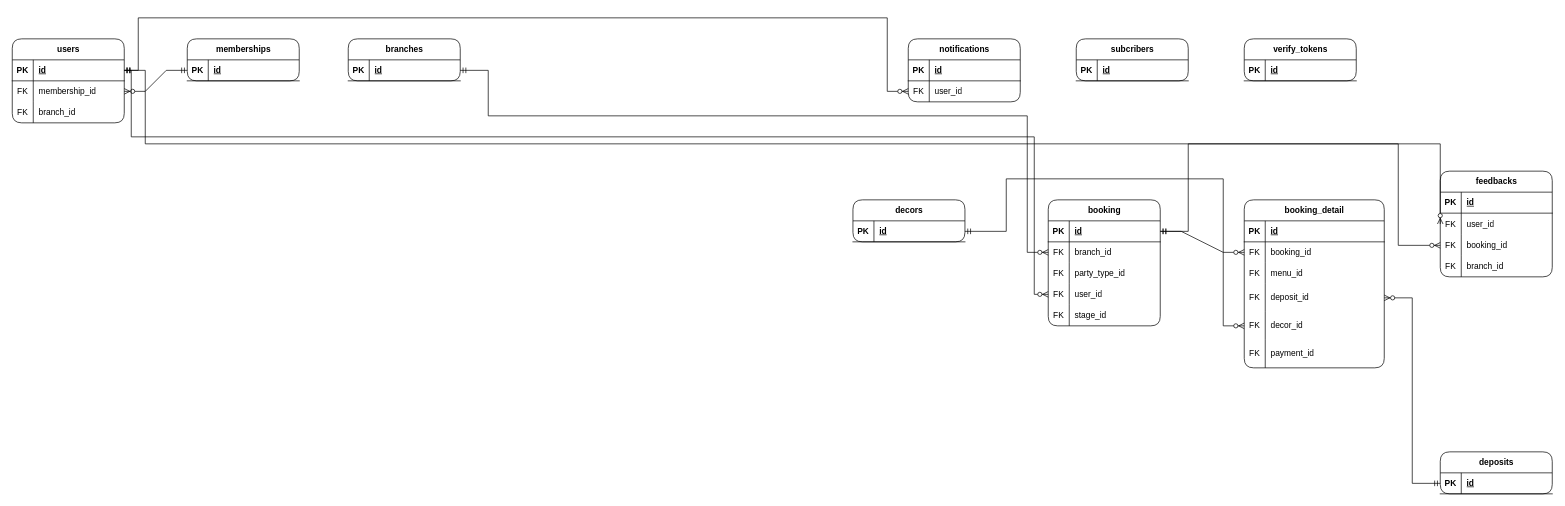
Earlier version of the draw.io diagram page "ERD-L1.1 - USER" (6 of 6) of Joie Palace.drawio (HongSon04/ERD-Joie-Palace). Source tidied: cells renumbered, new cells numbered last; positions are measured from the earlier drawing's top-left corner, leaving out a move shared by most shapes. Both pictures are drawn from the tidied source at 70%, with x=0, y=0 at pixel (12, 18).
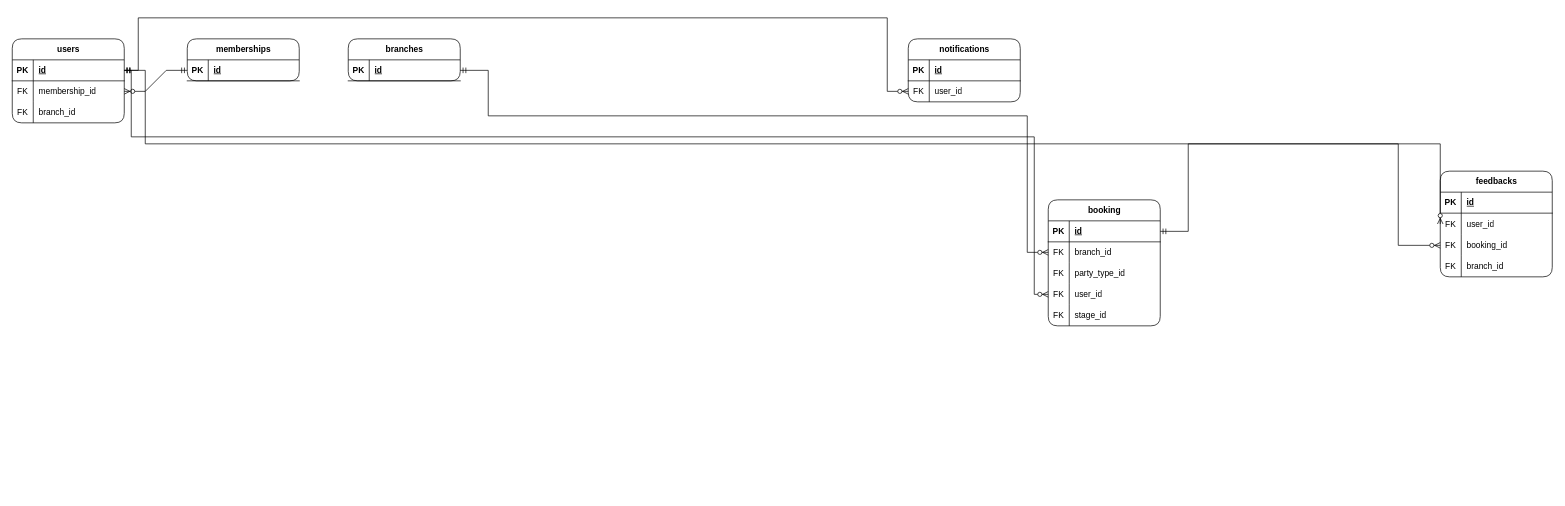
The same page after the edit.

Commit message (it also covers changes not shown here):
Cập nhật Joie Palace.drawio

The change refers to these unchanged cells:
```xml
<mxCell id="72" style="shape=tableRow;horizontal=0;startSize=0;swimlaneHead=0;swimlaneBody=0;fillColor=none;points=[[0,0.5],[1,0.5]];portConstraint=eastwest;top=0;left=0;right=0;bottom=1;" parent="71" vertex="1">
  <mxGeometry y="30" width="160" height="30" as="geometry" />
</mxCell>
```

Diff of the diagram source:
```diff
@@
-    <mxCell id="16" value="decors" style="shape=table;startSize=30;childLayout=tableLayout;rowLines=0;fontStyle=1;align=center;html=1;rounded=1;" parent="1" vertex="1">
-      <mxGeometry x="1201" y="260" width="160" height="60" as="geometry" />
-    </mxCell>
-    <mxCell id="17" style="shape=tableRow;horizontal=0;startSize=0;swimlaneHead=0;swimlaneBody=0;fillColor=none;points=[[0,0.5],[1,0.5]];portConstraint=eastwest;top=0;left=0;right=0;bottom=1;" parent="16" vertex="1">
-      <mxGeometry y="30" width="160" height="30" as="geometry" />
-    </mxCell>
-    <mxCell id="18" value="PK" style="shape=partialRectangle;fillColor=none;top=0;left=0;bottom=0;right=0;fontStyle=1;overflow=hidden;whiteSpace=wrap;html=1;" parent="17" vertex="1">
-      <mxGeometry width="30" height="30" as="geometry" />
-    </mxCell>
-    <mxCell id="19" value="id" style="shape=partialRectangle;fillColor=none;top=0;left=0;bottom=0;right=0;align=left;spacingLeft=6;fontStyle=5;overflow=hidden;whiteSpace=wrap;html=1;" parent="17" vertex="1">
-      <mxGeometry x="30" width="130" height="30" as="geometry" />
-    </mxCell>
-    <mxCell id="20" value="booking_detail" style="shape=table;startSize=30;childLayout=tableLayout;rowLines=0;fontStyle=1;align=center;html=1;rounded=1;" parent="1" vertex="1">
-      <mxGeometry x="1760" y="260" width="200" height="240" as="geometry" />
-    </mxCell>
-    <mxCell id="21" style="shape=tableRow;horizontal=0;startSize=0;swimlaneHead=0;swimlaneBody=0;fillColor=none;top=0;left=0;right=0;bottom=1;" parent="20" vertex="1">
-      <mxGeometry y="30" width="200" height="30" as="geometry" />
-    </mxCell>
-    <mxCell id="22" value="PK" style="shape=partialRectangle;fillColor=none;top=0;left=0;bottom=0;right=0;fontStyle=1;overflow=hidden;whiteSpace=wrap;html=1;" parent="21" vertex="1">
-      <mxGeometry width="30" height="30" as="geometry" />
-    </mxCell>
-    <mxCell id="23" value="id" style="shape=partialRectangle;fillColor=none;top=0;left=0;bottom=0;right=0;align=left;spacingLeft=6;fontStyle=5;overflow=hidden;whiteSpace=wrap;html=1;" parent="21" vertex="1">
-      <mxGeometry x="30" width="170" height="30" as="geometry" />
-    </mxCell>
-    <mxCell id="24" style="shape=tableRow;horizontal=0;startSize=0;swimlaneHead=0;swimlaneBody=0;fillColor=none;points=[[0,0.5],[1,0.5]];portConstraint=eastwest;top=0;left=0;right=0;bottom=0;" parent="20" vertex="1">
-      <mxGeometry y="60" width="200" height="30" as="geometry" />
-    </mxCell>
-    <mxCell id="25" value="FK" style="shape=partialRectangle;fillColor=none;top=0;left=0;bottom=0;right=0;overflow=hidden;whiteSpace=wrap;html=1;" parent="24" vertex="1">
-      <mxGeometry width="30" height="30" as="geometry" />
-    </mxCell>
-    <mxCell id="26" value="booking_id" style="shape=partialRectangle;fillColor=none;top=0;left=0;bottom=0;right=0;align=left;spacingLeft=6;overflow=hidden;whiteSpace=wrap;html=1;" parent="24" vertex="1">
-      <mxGeometry x="30" width="170" height="30" as="geometry" />
-    </mxCell>
-    <mxCell id="27" style="shape=tableRow;horizontal=0;startSize=0;swimlaneHead=0;swimlaneBody=0;fillColor=none;top=0;left=0;right=0;bottom=0;" parent="20" vertex="1">
-      <mxGeometry y="90" width="200" height="30" as="geometry" />
-    </mxCell>
-    <mxCell id="28" value="FK" style="shape=partialRectangle;fillColor=none;top=0;left=0;bottom=0;right=0;overflow=hidden;whiteSpace=wrap;html=1;" parent="27" vertex="1">
-      <mxGeometry width="30" height="30" as="geometry" />
-    </mxCell>
-    <mxCell id="29" value="menu_id" style="shape=partialRectangle;fillColor=none;top=0;left=0;bottom=0;right=0;align=left;spacingLeft=6;overflow=hidden;whiteSpace=wrap;html=1;" parent="27" vertex="1">
-      <mxGeometry x="30" width="170" height="30" as="geometry" />
-    </mxCell>
-    <mxCell id="30" style="shape=tableRow;horizontal=0;startSize=0;swimlaneHead=0;swimlaneBody=0;fillColor=none;points=[[0,0.5],[1,0.5]];portConstraint=eastwest;top=0;left=0;right=0;bottom=0;" parent="20" vertex="1">
-      <mxGeometry y="120" width="200" height="40" as="geometry" />
-    </mxCell>
-    <mxCell id="31" value="FK" style="shape=partialRectangle;fillColor=none;top=0;left=0;bottom=0;right=0;overflow=hidden;whiteSpace=wrap;html=1;" parent="30" vertex="1">
-      <mxGeometry width="30" height="40" as="geometry" />
-    </mxCell>
-    <mxCell id="32" value="deposit_id" style="shape=partialRectangle;fillColor=none;top=0;left=0;bottom=0;right=0;align=left;spacingLeft=6;overflow=hidden;whiteSpace=wrap;html=1;" parent="30" vertex="1">
-      <mxGeometry x="30" width="170" height="40" as="geometry" />
-    </mxCell>
-    <mxCell id="33" style="shape=tableRow;horizontal=0;startSize=0;swimlaneHead=0;swimlaneBody=0;fillColor=none;points=[[0,0.5],[1,0.5]];portConstraint=eastwest;top=0;left=0;right=0;bottom=0;" parent="20" vertex="1">
-      <mxGeometry y="160" width="200" height="40" as="geometry" />
-    </mxCell>
-    <mxCell id="34" value="FK" style="shape=partialRectangle;fillColor=none;top=0;left=0;bottom=0;right=0;overflow=hidden;whiteSpace=wrap;html=1;" parent="33" vertex="1">
-      <mxGeometry width="30" height="40" as="geometry" />
-    </mxCell>
-    <mxCell id="35" value="decor_id" style="shape=partialRectangle;fillColor=none;top=0;left=0;bottom=0;right=0;align=left;spacingLeft=6;overflow=hidden;whiteSpace=wrap;html=1;" parent="33" vertex="1">
-      <mxGeometry x="30" width="170" height="40" as="geometry" />
-    </mxCell>
-    <mxCell id="36" style="shape=tableRow;horizontal=0;startSize=0;swimlaneHead=0;swimlaneBody=0;fillColor=none;top=0;left=0;right=0;bottom=0;" parent="20" vertex="1">
-      <mxGeometry y="200" width="200" height="40" as="geometry" />
-    </mxCell>
-    <mxCell id="37" value="FK" style="shape=partialRectangle;fillColor=none;top=0;left=0;bottom=0;right=0;overflow=hidden;whiteSpace=wrap;html=1;" parent="36" vertex="1">
-      <mxGeometry width="30" height="40" as="geometry" />
-    </mxCell>
-    <mxCell id="38" value="payment_id" style="shape=partialRectangle;fillColor=none;top=0;left=0;bottom=0;right=0;align=left;spacingLeft=6;overflow=hidden;whiteSpace=wrap;html=1;" parent="36" vertex="1">
-      <mxGeometry x="30" width="170" height="40" as="geometry" />
-    </mxCell>
-    <mxCell id="39" value="deposits" style="shape=table;startSize=30;childLayout=tableLayout;rowLines=0;fontStyle=1;align=center;html=1;rounded=1;" parent="1" vertex="1">
-      <mxGeometry x="2040" y="620" width="160" height="60" as="geometry" />
-    </mxCell>
-    <mxCell id="40" style="shape=tableRow;horizontal=0;startSize=0;swimlaneHead=0;swimlaneBody=0;fillColor=none;points=[[0,0.5],[1,0.5]];portConstraint=eastwest;top=0;left=0;right=0;bottom=1;" parent="39" vertex="1">
-      <mxGeometry y="30" width="160" height="30" as="geometry" />
-    </mxCell>
-    <mxCell id="41" value="PK" style="shape=partialRectangle;fillColor=none;top=0;left=0;bottom=0;right=0;fontStyle=1;overflow=hidden;whiteSpace=wrap;html=1;" parent="40" vertex="1">
-      <mxGeometry width="30" height="30" as="geometry" />
-    </mxCell>
-    <mxCell id="42" value="id" style="shape=partialRectangle;fillColor=none;top=0;left=0;bottom=0;right=0;align=left;spacingLeft=6;fontStyle=5;overflow=hidden;whiteSpace=wrap;html=1;" parent="40" vertex="1">
-      <mxGeometry x="30" width="130" height="30" as="geometry" />
-    </mxCell>
@@
-    <mxCell id="47" value="verify_tokens" style="shape=table;startSize=30;childLayout=tableLayout;rowLines=0;fontStyle=1;align=center;html=1;rounded=1;" parent="1" vertex="1">
-      <mxGeometry x="1760" y="30" width="160" height="60" as="geometry" />
-    </mxCell>
-    <mxCell id="48" style="shape=tableRow;horizontal=0;startSize=0;swimlaneHead=0;swimlaneBody=0;fillColor=none;top=0;left=0;right=0;bottom=1;" parent="47" vertex="1">
-      <mxGeometry y="30" width="160" height="30" as="geometry" />
-    </mxCell>
-    <mxCell id="49" value="PK" style="shape=partialRectangle;fillColor=none;top=0;left=0;bottom=0;right=0;fontStyle=1;overflow=hidden;whiteSpace=wrap;html=1;" parent="48" vertex="1">
-      <mxGeometry width="30" height="30" as="geometry" />
-    </mxCell>
-    <mxCell id="50" value="id" style="shape=partialRectangle;fillColor=none;top=0;left=0;bottom=0;right=0;align=left;spacingLeft=6;fontStyle=5;overflow=hidden;whiteSpace=wrap;html=1;" parent="48" vertex="1">
-      <mxGeometry x="30" width="130" height="30" as="geometry" />
-    </mxCell>
@@
-    <mxCell id="65" style="edgeStyle=orthogonalEdgeStyle;fontSize=12;html=1;endArrow=ERzeroToMany;startArrow=ERmandOne;rounded=0;entryX=0;entryY=0.5;entryDx=0;entryDy=0;" parent="1" edge="1" source="17" target="33">
-      <mxGeometry relative="1" as="geometry">
-        <Array as="points">
-          <mxPoint x="1420" y="305" />
-          <mxPoint x="1420" y="230" />
-          <mxPoint x="1730" y="230" />
-          <mxPoint x="1730" y="440" />
-        </Array>
-      </mxGeometry>
-    </mxCell>
@@
-    <mxCell id="67" style="edgeStyle=orthogonalEdgeStyle;fontSize=12;html=1;endArrow=ERzeroToMany;startArrow=ERmandOne;rounded=0;exitX=0;exitY=0.5;exitDx=0;exitDy=0;entryX=1;entryY=0.5;entryDx=0;entryDy=0;" parent="1" edge="1" source="40" target="30">
-      <mxGeometry relative="1" as="geometry" />
-    </mxCell>
@@
-    <mxCell id="87" style="edgeStyle=entityRelationEdgeStyle;fontSize=12;html=1;endArrow=ERzeroToMany;startArrow=ERmandOne;rounded=0;exitX=1;exitY=0.5;exitDx=0;exitDy=0;entryX=0;entryY=0.5;entryDx=0;entryDy=0;" parent="1" edge="1" source="72" target="24">
-      <mxGeometry relative="1" as="geometry" />
-    </mxCell>
@@
-    <mxCell id="95" value="subcribers" style="shape=table;startSize=30;childLayout=tableLayout;rowLines=0;fontStyle=1;align=center;html=1;rounded=1;" parent="1" vertex="1">
-      <mxGeometry x="1520" y="30" width="160" height="60" as="geometry" />
-    </mxCell>
-    <mxCell id="96" style="shape=tableRow;horizontal=0;startSize=0;swimlaneHead=0;swimlaneBody=0;fillColor=none;top=0;left=0;right=0;bottom=1;" parent="95" vertex="1">
-      <mxGeometry y="30" width="160" height="30" as="geometry" />
-    </mxCell>
-    <mxCell id="97" value="PK" style="shape=partialRectangle;fillColor=none;top=0;left=0;bottom=0;right=0;fontStyle=1;overflow=hidden;whiteSpace=wrap;html=1;" parent="96" vertex="1">
-      <mxGeometry width="30" height="30" as="geometry" />
-    </mxCell>
-    <mxCell id="98" value="id" style="shape=partialRectangle;fillColor=none;top=0;left=0;bottom=0;right=0;align=left;spacingLeft=6;fontStyle=5;overflow=hidden;whiteSpace=wrap;html=1;" parent="96" vertex="1">
-      <mxGeometry x="30" width="130" height="30" as="geometry" />
-    </mxCell>
```
